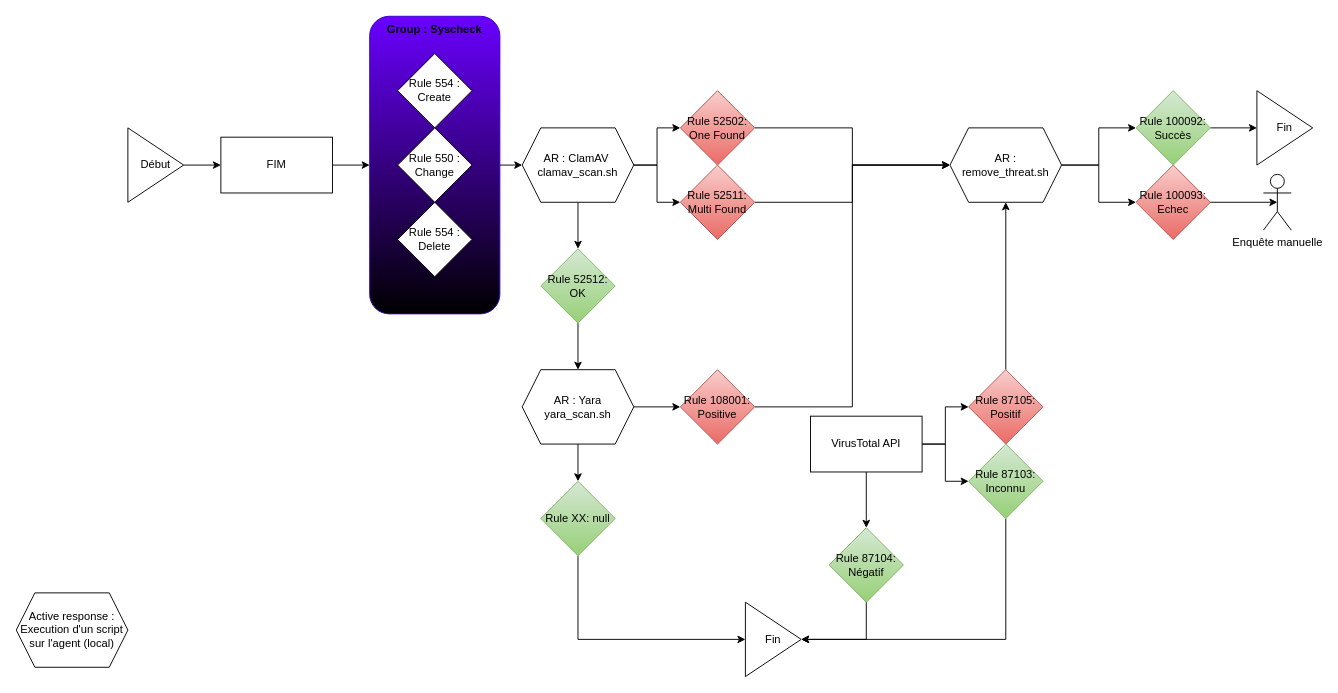
This is Wazuh.drawio from egoMasa/HomeLab, a draw.io file, before an edit. Source tidied: cells renumbered, new cells numbered last; positions are measured from the earlier drawing's top-left corner, leaving out a move shared by most shapes. Both pictures are drawn from the tidied source at 93%, with x=0, y=0 at pixel (16, 16).
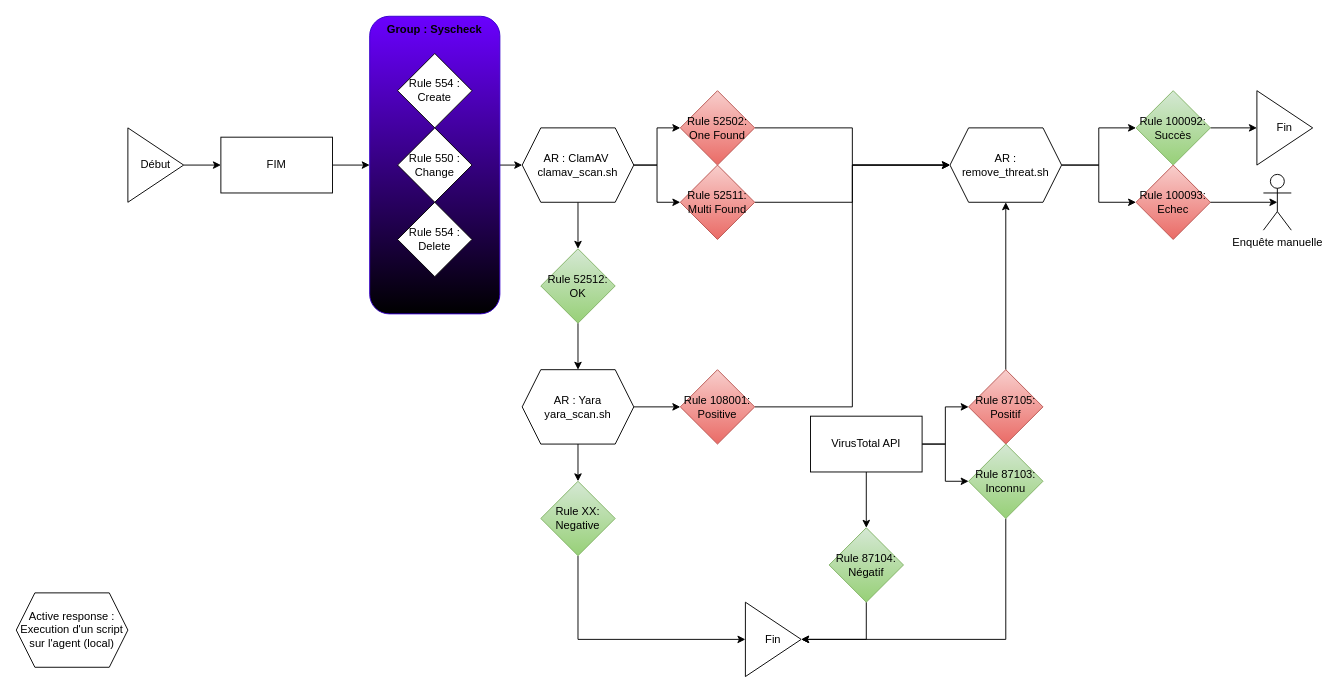
Above is the later version.

Commit message (it also covers changes not shown here):
Mettre à jour Wazuh.drawio

Diff of the diagram source:
```diff
@@
-    <mxCell id="29" value="Rule XX: null" style="rhombus;whiteSpace=wrap;html=1;fillColor=#d5e8d4;gradientColor=#97d077;strokeColor=#82b366;" parent="1" vertex="1">
+    <mxCell id="29" value="Rule XX: Negative" style="rhombus;whiteSpace=wrap;html=1;fillColor=#d5e8d4;gradientColor=#97d077;strokeColor=#82b366;" parent="1" vertex="1">
       <mxGeometry x="564" y="500" width="80" height="80" as="geometry" />
     </mxCell>
```
